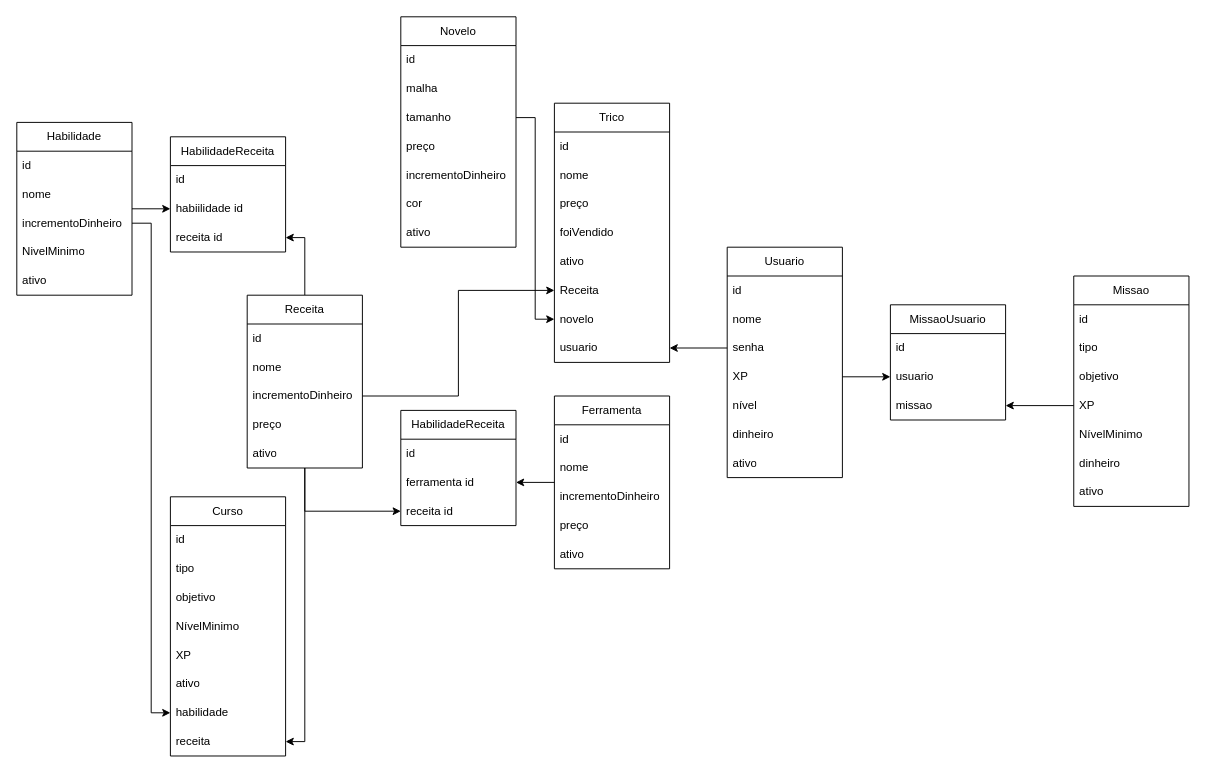
Tatitata1234/TricoJogo keeps this draw.io diagram as diagrama.drawio. Above is the earlier version. Source tidied: cells renumbered, new cells numbered last; positions are measured from the earlier drawing's top-left corner, leaving out a move shared by most shapes. Both pictures are drawn from the tidied source at 96%, with x=0, y=0 at pixel (16, 16).
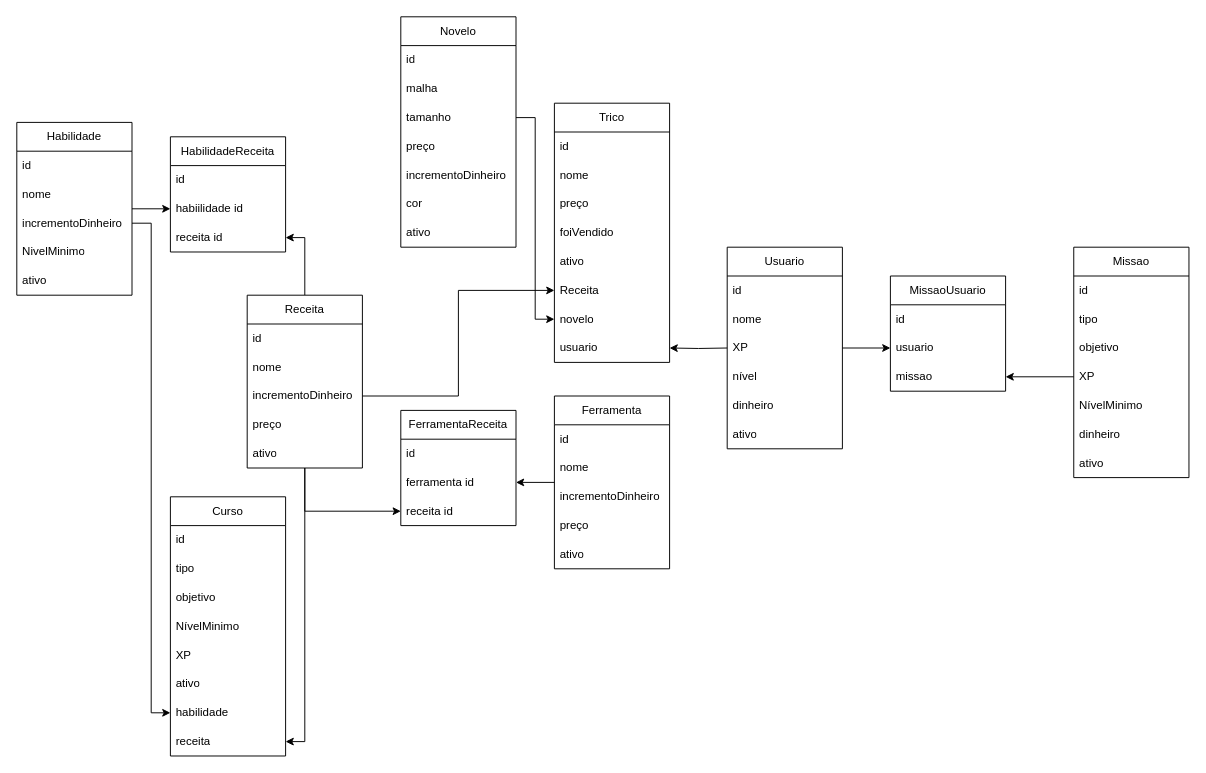
After the change.

The change refers to these unchanged cells:
```xml
<mxCell id="49" value="usuario" style="text;strokeColor=none;fillColor=none;align=left;verticalAlign=middle;spacingLeft=4;spacingRight=4;overflow=hidden;points=[[0,0.5],[1,0.5]];portConstraint=eastwest;whiteSpace=wrap;html=1;" parent="41" vertex="1">
  <mxGeometry y="240" width="120" height="30" as="geometry" />
</mxCell>
```

Diff of the diagram source:
```diff
@@
     <mxCell id="2" value="Usuario" style="swimlane;fontStyle=0;horizontal=1;startSize=30;whiteSpace=wrap;html=1;" parent="1" vertex="1">
-      <mxGeometry x="740" y="240" width="120" height="240" as="geometry" />
+      <mxGeometry x="740" y="240" width="120" height="210" as="geometry" />
     </mxCell>
@@
-    <mxCell id="5" value="senha" style="text;strokeColor=none;fillColor=none;align=left;verticalAlign=middle;spacingLeft=4;spacingRight=4;overflow=hidden;points=[[0,0.5],[1,0.5]];portConstraint=eastwest;whiteSpace=wrap;html=1;" parent="2" vertex="1">
-      <mxGeometry y="90" width="120" height="30" as="geometry" />
-    </mxCell>
     <mxCell id="6" value="XP" style="text;strokeColor=none;fillColor=none;align=left;verticalAlign=middle;spacingLeft=4;spacingRight=4;overflow=hidden;points=[[0,0.5],[1,0.5]];portConstraint=eastwest;whiteSpace=wrap;html=1;" parent="2" vertex="1">
-      <mxGeometry y="120" width="120" height="30" as="geometry" />
+      <mxGeometry y="90" width="120" height="30" as="geometry" />
     </mxCell>
     <mxCell id="7" value="nível&lt;br&gt;" style="text;strokeColor=none;fillColor=none;align=left;verticalAlign=middle;spacingLeft=4;spacingRight=4;overflow=hidden;whiteSpace=wrap;html=1;" parent="2" vertex="1">
-      <mxGeometry y="150" width="120" height="30" as="geometry" />
+      <mxGeometry y="120" width="120" height="30" as="geometry" />
     </mxCell>
     <mxCell id="8" value="dinheiro" style="text;strokeColor=none;fillColor=none;align=left;verticalAlign=middle;spacingLeft=4;spacingRight=4;overflow=hidden;whiteSpace=wrap;html=1;" parent="2" vertex="1">
-      <mxGeometry y="180" width="120" height="30" as="geometry" />
+      <mxGeometry y="150" width="120" height="30" as="geometry" />
     </mxCell>
     <mxCell id="9" value="ativo" style="text;strokeColor=none;fillColor=none;align=left;verticalAlign=middle;spacingLeft=4;spacingRight=4;overflow=hidden;whiteSpace=wrap;html=1;" parent="2" vertex="1">
-      <mxGeometry y="210" width="120" height="30" as="geometry" />
+      <mxGeometry y="180" width="120" height="30" as="geometry" />
     </mxCell>
@@
     <mxCell id="50" value="Missao" style="swimlane;fontStyle=0;horizontal=1;startSize=30;whiteSpace=wrap;html=1;" parent="1" vertex="1">
-      <mxGeometry x="1101" y="270" width="120" height="240" as="geometry" />
+      <mxGeometry x="1101" y="240" width="120" height="240" as="geometry" />
     </mxCell>
@@
     <mxCell id="74" value="MissaoUsuario" style="swimlane;fontStyle=0;horizontal=1;startSize=30;whiteSpace=wrap;html=1;" parent="1" vertex="1">
-      <mxGeometry x="910" y="300" width="120" height="120" as="geometry" />
+      <mxGeometry x="910" y="270" width="120" height="120" as="geometry" />
     </mxCell>
@@
-    <mxCell id="80" value="HabilidadeReceita" style="swimlane;fontStyle=0;horizontal=1;startSize=30;whiteSpace=wrap;html=1;" parent="1" vertex="1">
+    <mxCell id="80" value="FerramentaReceita" style="swimlane;fontStyle=0;horizontal=1;startSize=30;whiteSpace=wrap;html=1;" parent="1" vertex="1">
       <mxGeometry x="400" y="410" width="120" height="120" as="geometry" />
     </mxCell>
@@
-    <mxCell id="84" style="edgeStyle=orthogonalEdgeStyle;rounded=0;jettySize=auto;html=1;entryX=1;entryY=0.5;entryDx=0;entryDy=0;" parent="1" edge="1" source="5" target="49">
-      <mxGeometry relative="1" as="geometry" />
+    <mxCell id="84" style="edgeStyle=orthogonalEdgeStyle;rounded=0;jettySize=auto;html=1;entryX=1;entryY=0.5;entryDx=0;entryDy=0;" parent="1" edge="1" target="49">
+      <mxGeometry relative="1" as="geometry">
+        <mxPoint x="740" y="345" as="sourcePoint" />
+      </mxGeometry>
     </mxCell>
```
